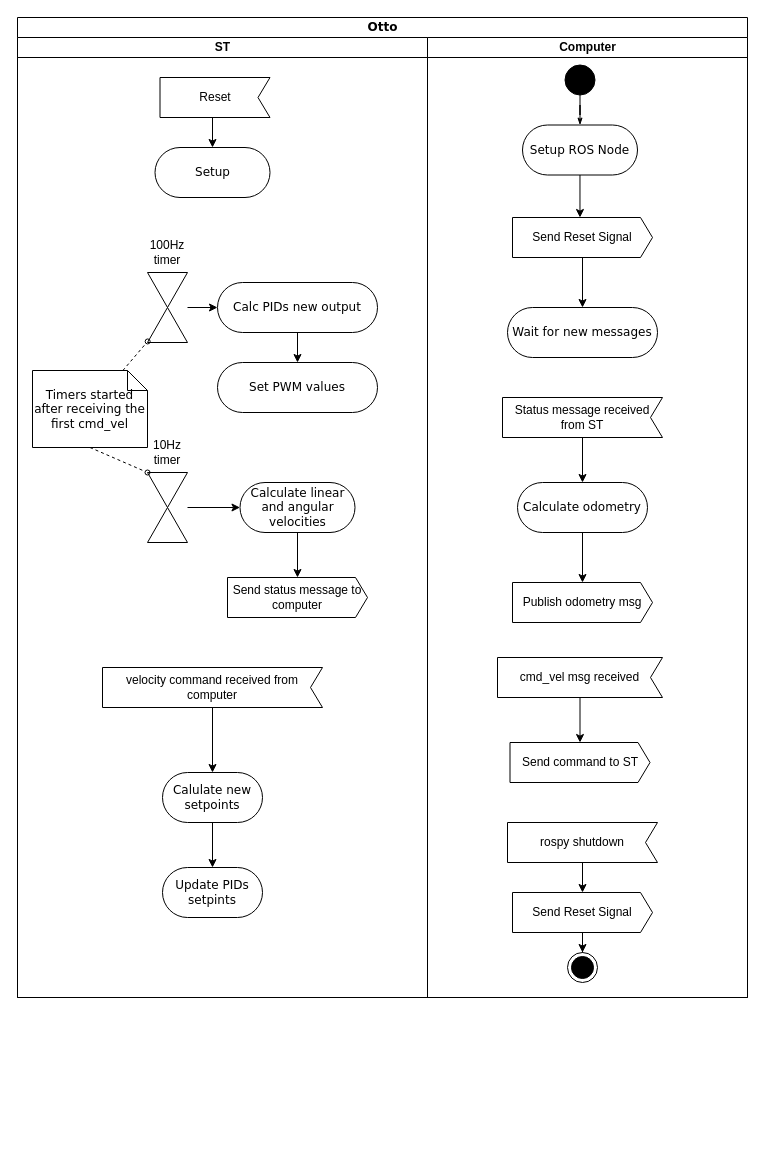
Above: diagrammi/uml_activities.drawio in fdila/bachelor-thesis (draw.io), before the change. Source tidied: cells renumbered, new cells numbered last; positions are measured from the earlier drawing's top-left corner, leaving out a move shared by most shapes. Both pictures are drawn from the tidied source at 100%, with x=0, y=0 at pixel (17, 17).
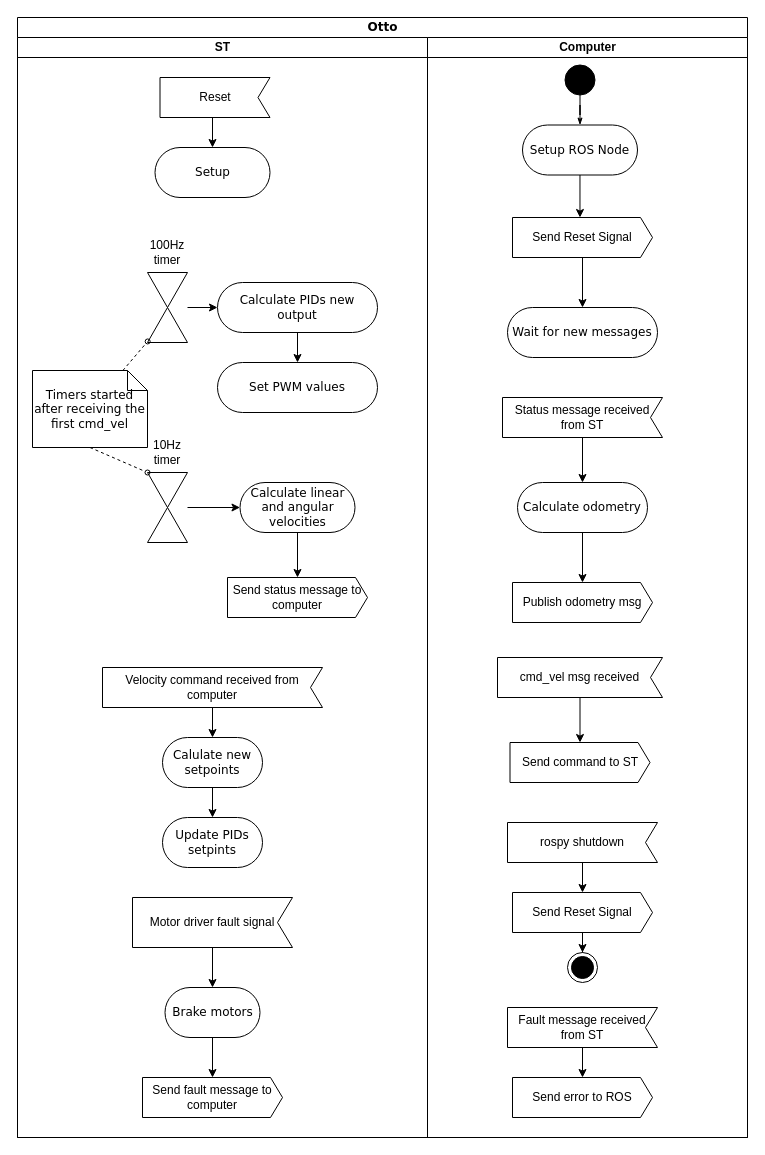
The same diagram, later.

Diff of the diagram source:
```diff
@@
     <mxCell id="2" value="Otto" style="swimlane;html=1;startSize=20;rounded=0;shadow=0;comic=0;labelBackgroundColor=none;strokeWidth=1;fontFamily=Verdana;fontSize=12;align=center;" parent="1" vertex="1">
-      <mxGeometry width="730" height="980" as="geometry" />
+      <mxGeometry width="730" height="1120" as="geometry" />
     </mxCell>
     <mxCell id="3" value="ST" style="swimlane;html=1;startSize=20;" parent="2" vertex="1">
-      <mxGeometry y="20" width="410" height="960" as="geometry" />
+      <mxGeometry y="20" width="410" height="1100" as="geometry" />
     </mxCell>
@@
-    <mxCell id="7" value="Update PIDs setpints" style="rounded=1;whiteSpace=wrap;html=1;shadow=0;comic=0;labelBackgroundColor=none;strokeWidth=1;fontFamily=Verdana;fontSize=12;align=center;arcSize=50;" parent="3" vertex="1">
-      <mxGeometry x="145" y="830" width="100" height="50" as="geometry" />
-    </mxCell>
-    <mxCell id="8" value="Calulate new setpoints" style="rounded=1;whiteSpace=wrap;html=1;shadow=0;comic=0;labelBackgroundColor=none;strokeWidth=1;fontFamily=Verdana;fontSize=12;align=center;arcSize=50;" parent="3" vertex="1">
-      <mxGeometry x="145" y="735" width="100" height="50" as="geometry" />
-    </mxCell>
@@
+    <mxCell id="48" value="Motor driver fault signal" style="shape=mxgraph.sysml.accEvent;flipH=1;whiteSpace=wrap;align=center;" parent="3" vertex="1">
+      <mxGeometry x="115" y="860" width="160" height="50" as="geometry" />
+    </mxCell>
+    <mxCell id="49" value="Send fault message to computer" style="shape=mxgraph.sysml.sendSigAct;whiteSpace=wrap;align=center;" parent="3" vertex="1">
+      <mxGeometry x="125" y="1040" width="140" height="40" as="geometry" />
+    </mxCell>
@@
-    <mxCell id="20" value="velocity command received from computer" style="shape=mxgraph.sysml.accEvent;flipH=1;whiteSpace=wrap;align=center;" parent="3" vertex="1">
+    <mxCell id="20" value="Velocity command received from computer" style="shape=mxgraph.sysml.accEvent;flipH=1;whiteSpace=wrap;align=center;" parent="3" vertex="1">
       <mxGeometry x="85" y="630" width="220" height="40" as="geometry" />
     </mxCell>
+    <mxCell id="8" value="Calulate new setpoints" style="rounded=1;whiteSpace=wrap;html=1;shadow=0;comic=0;labelBackgroundColor=none;strokeWidth=1;fontFamily=Verdana;fontSize=12;align=center;arcSize=50;" parent="3" vertex="1">
+      <mxGeometry x="145" y="700" width="100" height="50" as="geometry" />
+    </mxCell>
+    <mxCell id="7" value="Update PIDs setpints" style="rounded=1;whiteSpace=wrap;html=1;shadow=0;comic=0;labelBackgroundColor=none;strokeWidth=1;fontFamily=Verdana;fontSize=12;align=center;arcSize=50;" parent="3" vertex="1">
+      <mxGeometry x="145" y="780" width="100" height="50" as="geometry" />
+    </mxCell>
+    <mxCell id="50" style="edgeStyle=orthogonalEdgeStyle;rounded=0;jettySize=auto;html=1;entryX=0.5;entryY=0;entryDx=0;entryDy=0;" parent="3" edge="1" source="48" target="52">
+      <mxGeometry relative="1" as="geometry" />
+    </mxCell>
+    <mxCell id="51" style="edgeStyle=orthogonalEdgeStyle;rounded=0;jettySize=auto;html=1;entryX=0.5;entryY=0;entryDx=0;entryDy=0;entryPerimeter=0;" parent="3" edge="1" source="52" target="49">
+      <mxGeometry relative="1" as="geometry" />
+    </mxCell>
+    <mxCell id="52" value="Brake motors" style="rounded=1;whiteSpace=wrap;html=1;shadow=0;comic=0;labelBackgroundColor=none;strokeWidth=1;fontFamily=Verdana;fontSize=12;align=center;arcSize=50;" parent="3" vertex="1">
+      <mxGeometry x="147.5" y="950" width="95" height="50" as="geometry" />
+    </mxCell>
@@
-    <mxCell id="22" value="Calc PIDs new output" style="rounded=1;whiteSpace=wrap;html=1;shadow=0;comic=0;labelBackgroundColor=none;strokeWidth=1;fontFamily=Verdana;fontSize=12;align=center;arcSize=50;" parent="3" vertex="1">
+    <mxCell id="22" value="Calculate PIDs new output" style="rounded=1;whiteSpace=wrap;html=1;shadow=0;comic=0;labelBackgroundColor=none;strokeWidth=1;fontFamily=Verdana;fontSize=12;align=center;arcSize=50;" parent="3" vertex="1">
       <mxGeometry x="200" y="245" width="160" height="50" as="geometry" />
     </mxCell>
@@
     <mxCell id="27" value="Computer" style="swimlane;html=1;startSize=20;" parent="2" vertex="1">
-      <mxGeometry x="410" y="20" width="320" height="960" as="geometry" />
+      <mxGeometry x="410" y="20" width="320" height="1100" as="geometry" />
     </mxCell>
@@
+    <mxCell id="53" style="edgeStyle=orthogonalEdgeStyle;rounded=0;jettySize=auto;html=1;entryX=0.5;entryY=0;entryDx=0;entryDy=0;entryPerimeter=0;" parent="27" edge="1" source="54" target="55">
+      <mxGeometry relative="1" as="geometry" />
+    </mxCell>
+    <mxCell id="54" value="Fault message received from ST" style="shape=mxgraph.sysml.accEvent;flipH=1;whiteSpace=wrap;align=center;" parent="27" vertex="1">
+      <mxGeometry x="80" y="970" width="150" height="40" as="geometry" />
+    </mxCell>
@@
+    <mxCell id="55" value="Send error to ROS" style="shape=mxgraph.sysml.sendSigAct;whiteSpace=wrap;align=center;" parent="27" vertex="1">
+      <mxGeometry x="85" y="1040" width="140" height="40" as="geometry" />
+    </mxCell>
```
